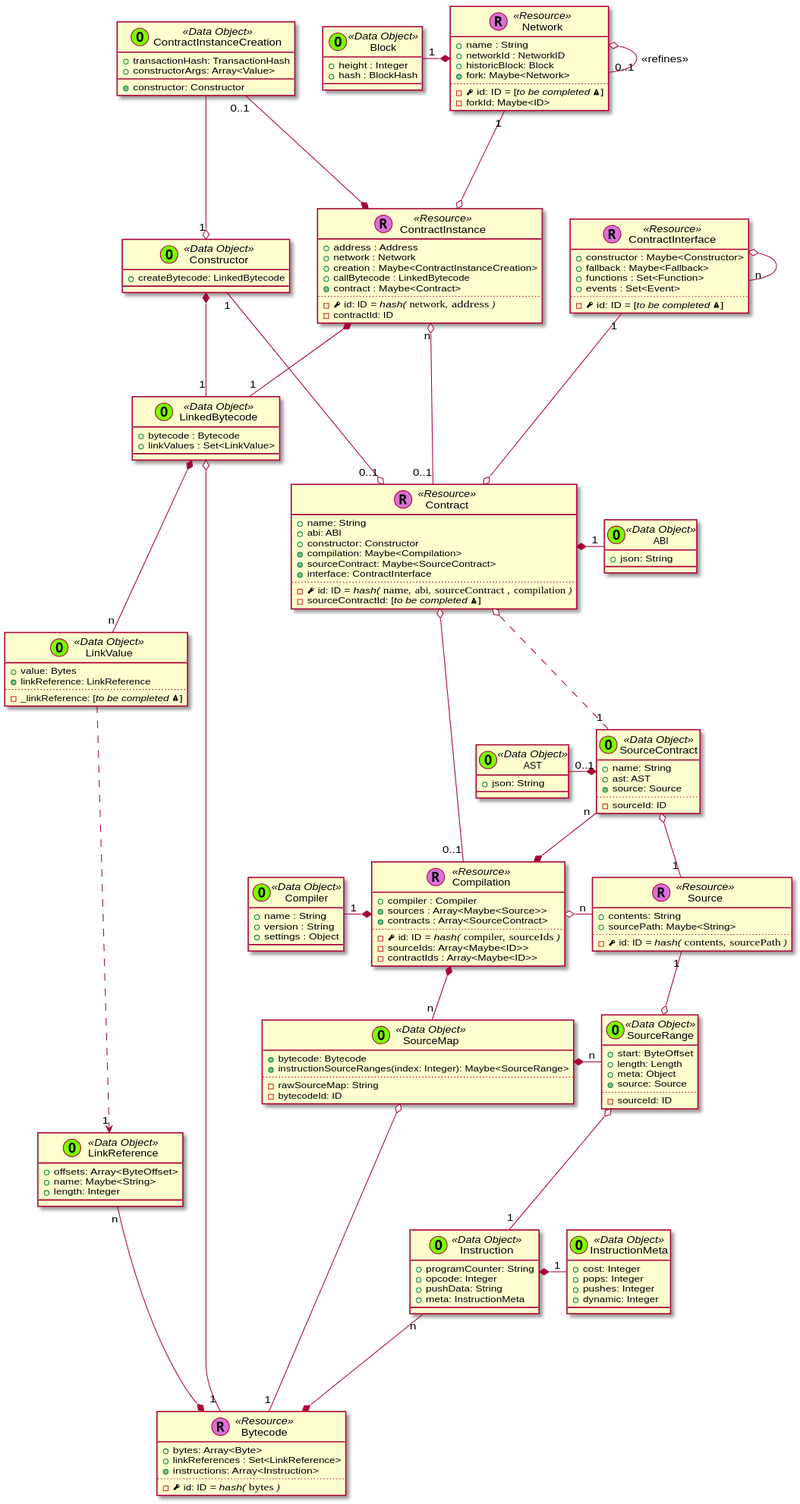
trufflesuite/artifact-updates keeps this PlantUML diagram as contrib/trufflesuite/update-constructor/_images/plantuml-6a7e6c70ea4c8042eec172cf9cbb8c24cc2aff44.svg. Above is the earlier version.
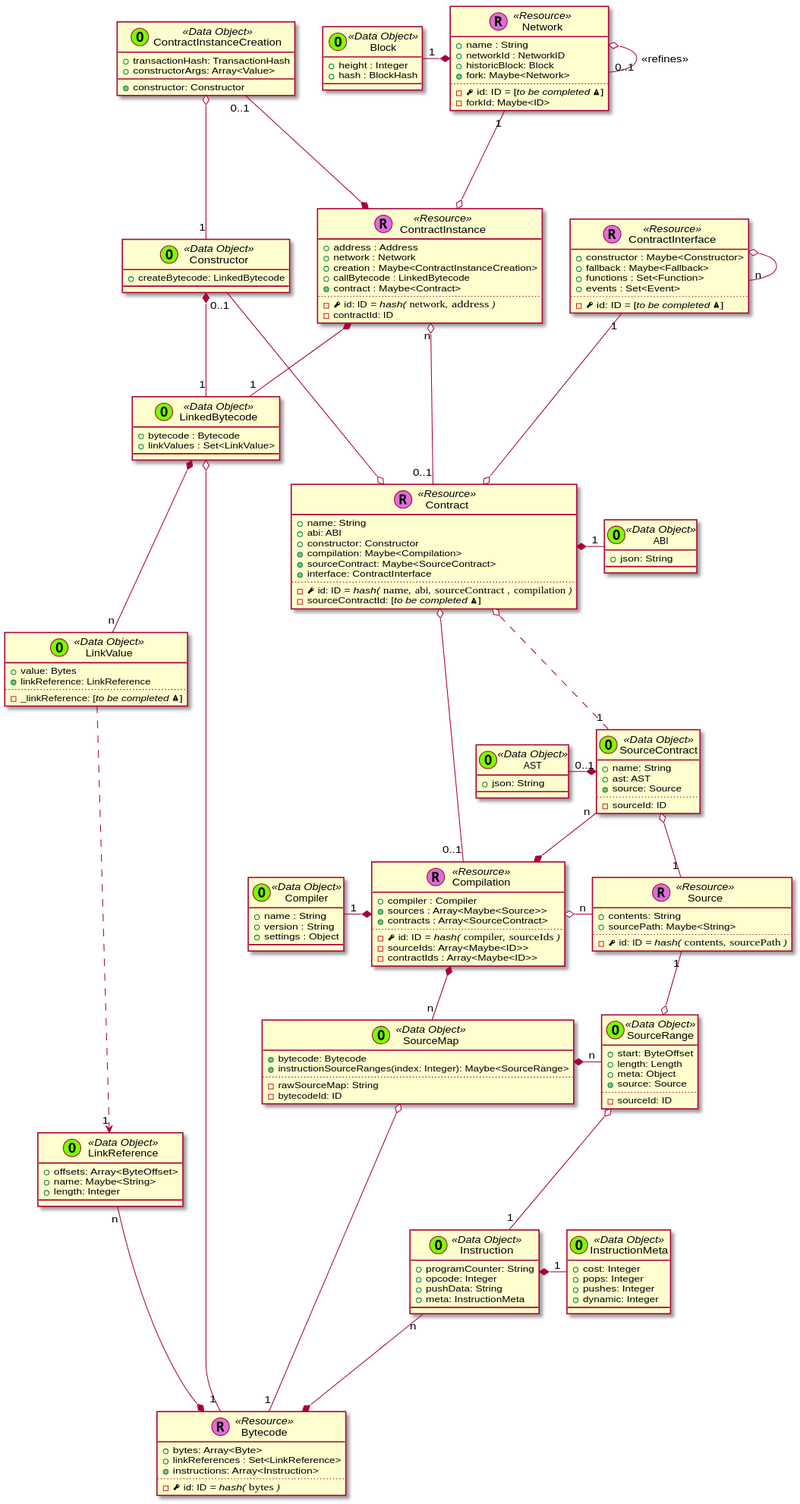
The same file after the commit.

The edit, as a diff of the source:
```diff
@@ -198,7 +198,7 @@
 
   ContractInstance "n" o--- "0..1" Contract
 
-  Constructor "1" ---o "0..1" Contract
+  Constructor "0..1" ---o Contract
 
   ContractInterface "1" ---o Contract
 
@@ -219,7 +219,7 @@
 
   Network "1" ---o ContractInstance
 
-  ContractInstanceCreation --o "1" Constructor
+  ContractInstanceCreation o-- "1" Constructor
 
   ContractInstance *-- "1" LinkedBytecode
 
```
